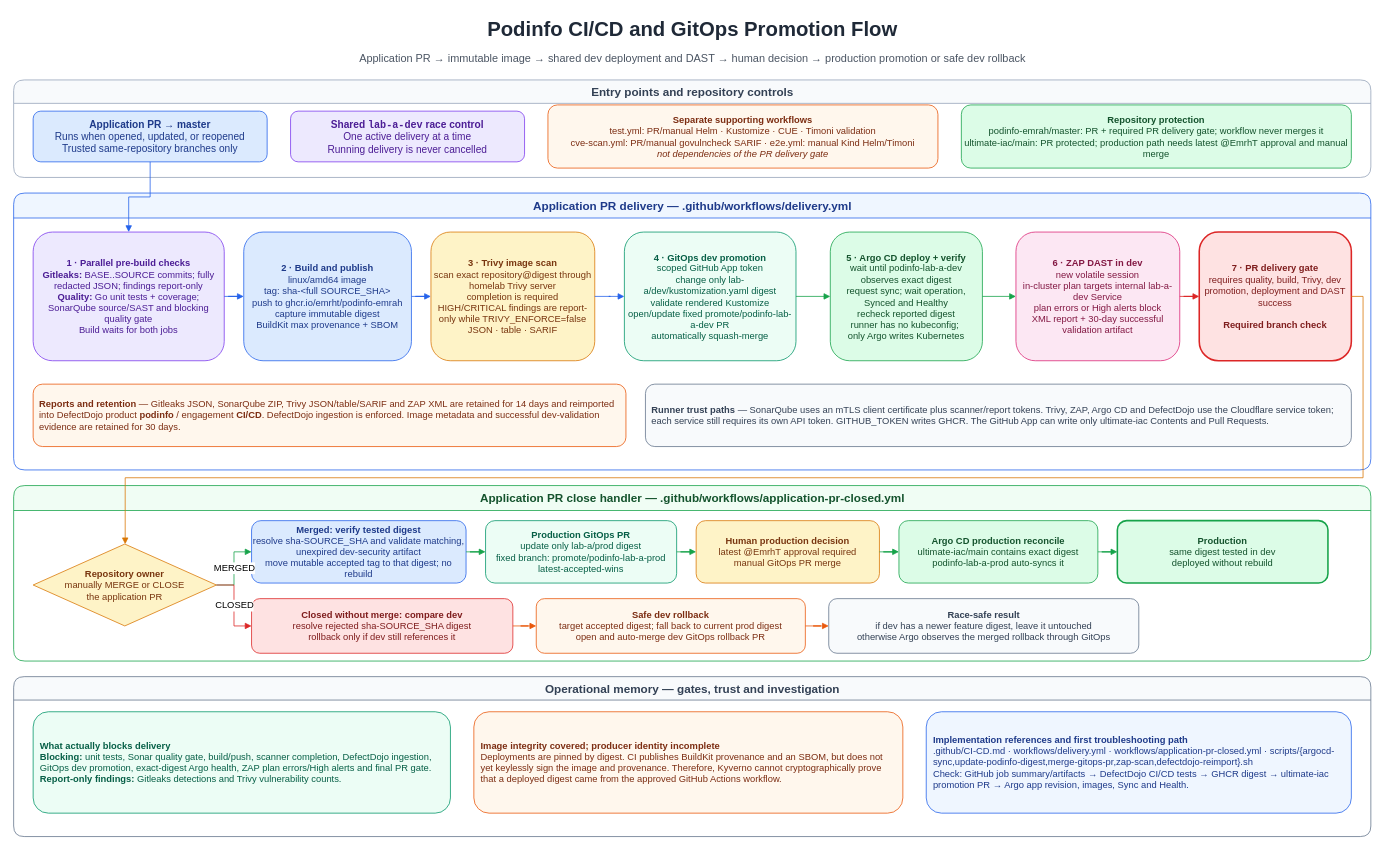
EmrhT/ultimate-iac keeps this draw.io diagram as visual/podinfo-cicd-flow.drawio. Above is the earlier version. Source tidied: cells renumbered, new cells numbered last; positions are measured from the earlier drawing's top-left corner, leaving out a move shared by most shapes. Both pictures are drawn from the tidied source at 78%, with x=0, y=0 at pixel (13, 13).
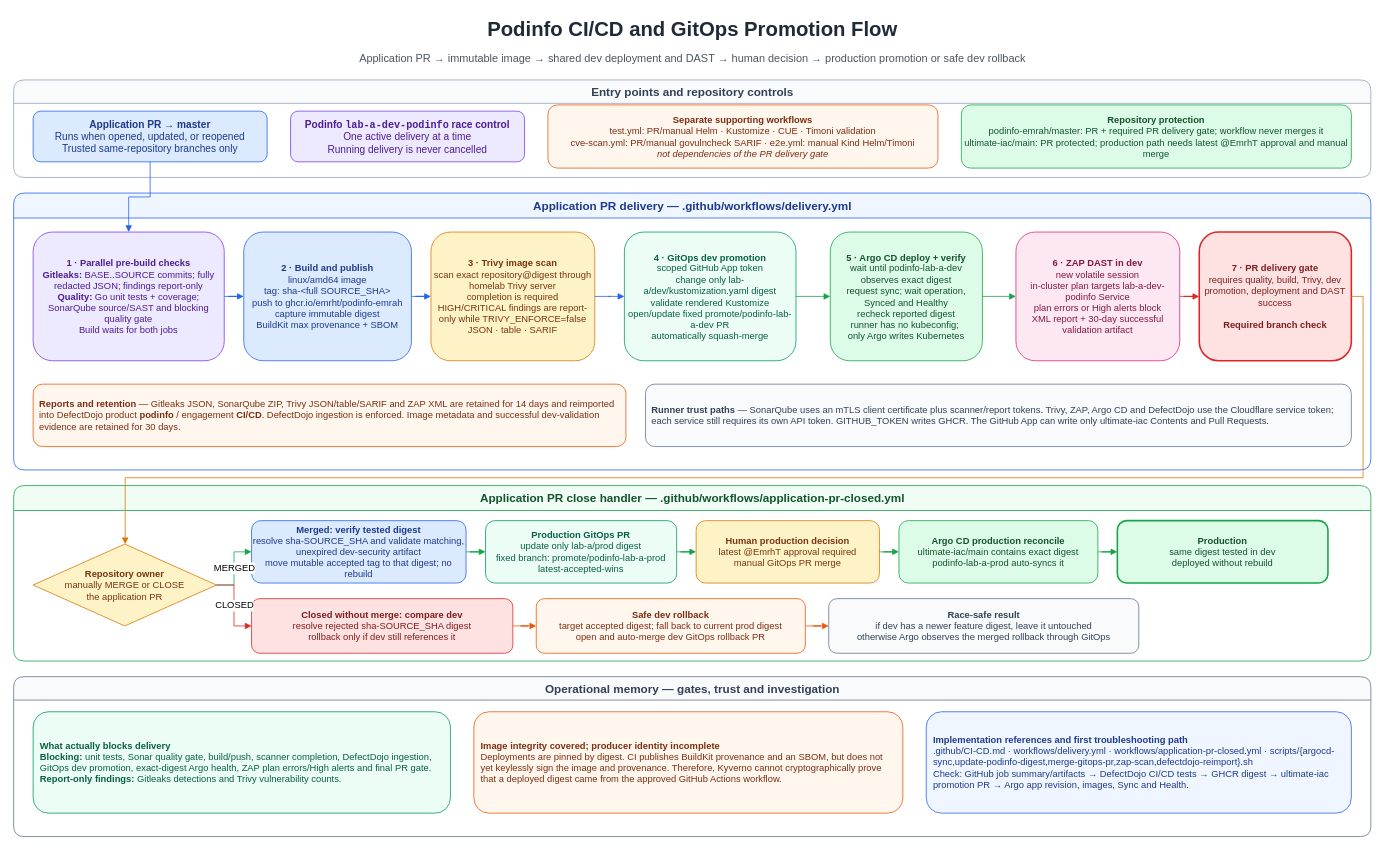
The same diagram, later.

Diff of the diagram source:
```diff
@@
-    <mxCell id="12" value="&lt;b&gt;Shared &lt;code dir=&quot;ltr&quot;&gt;lab-a-dev&lt;/code&gt; race control&lt;br&gt;&lt;/b&gt;One active delivery at a time&lt;br&gt;Running delivery is never cancelled" style="rounded=1;whiteSpace=wrap;html=1;fillColor=#EDE9FE;strokeColor=#7C3AED;fontColor=#4C1D95;fontSize=13;" parent="1" vertex="1">
+    <mxCell id="12" value="&lt;b&gt;Podinfo &lt;code dir=&quot;ltr&quot;&gt;lab-a-dev-podinfo&lt;/code&gt; race control&lt;br&gt;&lt;/b&gt;One active delivery at a time&lt;br&gt;Running delivery is never cancelled" style="rounded=1;whiteSpace=wrap;html=1;fillColor=#EDE9FE;strokeColor=#7C3AED;fontColor=#4C1D95;fontSize=13;" parent="1" vertex="1">
       <mxGeometry x="355" y="125" width="300" height="65" as="geometry" />
     </mxCell>
@@
-    <mxCell id="18" value="&lt;b&gt;6 · ZAP DAST in dev&lt;/b&gt;&lt;br&gt;new volatile session&lt;br&gt;in-cluster plan targets internal lab-a-dev Service&lt;br&gt;plan errors or High alerts block&lt;br&gt;XML report + 30-day successful validation artifact" style="rounded=1;whiteSpace=wrap;html=1;fillColor=#FCE7F3;strokeColor=#DB2777;fontColor=#831843;fontSize=12;" parent="1" vertex="1">
+    <mxCell id="18" value="&lt;b&gt;6 · ZAP DAST in dev&lt;/b&gt;&lt;br&gt;new volatile session&lt;br&gt;in-cluster plan targets lab-a-dev-podinfo Service&lt;br&gt;plan errors or High alerts block&lt;br&gt;XML report + 30-day successful validation artifact" style="rounded=1;whiteSpace=wrap;html=1;fillColor=#FCE7F3;strokeColor=#DB2777;fontColor=#831843;fontSize=12;" parent="1" vertex="1">
       <mxGeometry x="1285" y="280" width="210" height="165" as="geometry" />
     </mxCell>
```
